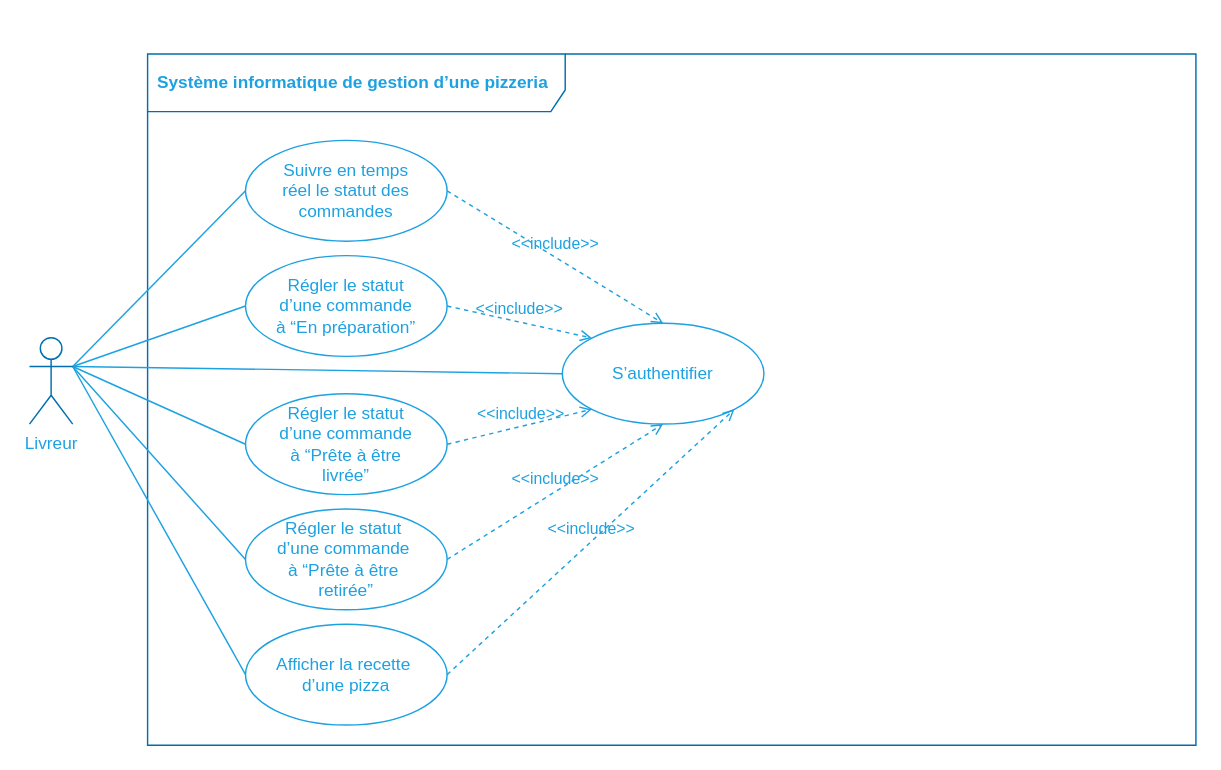
Above: img/figure_use-case-diagram-pizza-maker.dio in centvingt/OCPizzaRedaction (draw.io), before the change. Source tidied: cells renumbered, new cells numbered last; positions are measured from the earlier drawing's top-left corner, leaving out a move shared by most shapes. Both pictures are drawn from the tidied source at 144%, with x=0, y=0 at pixel (29, 53).
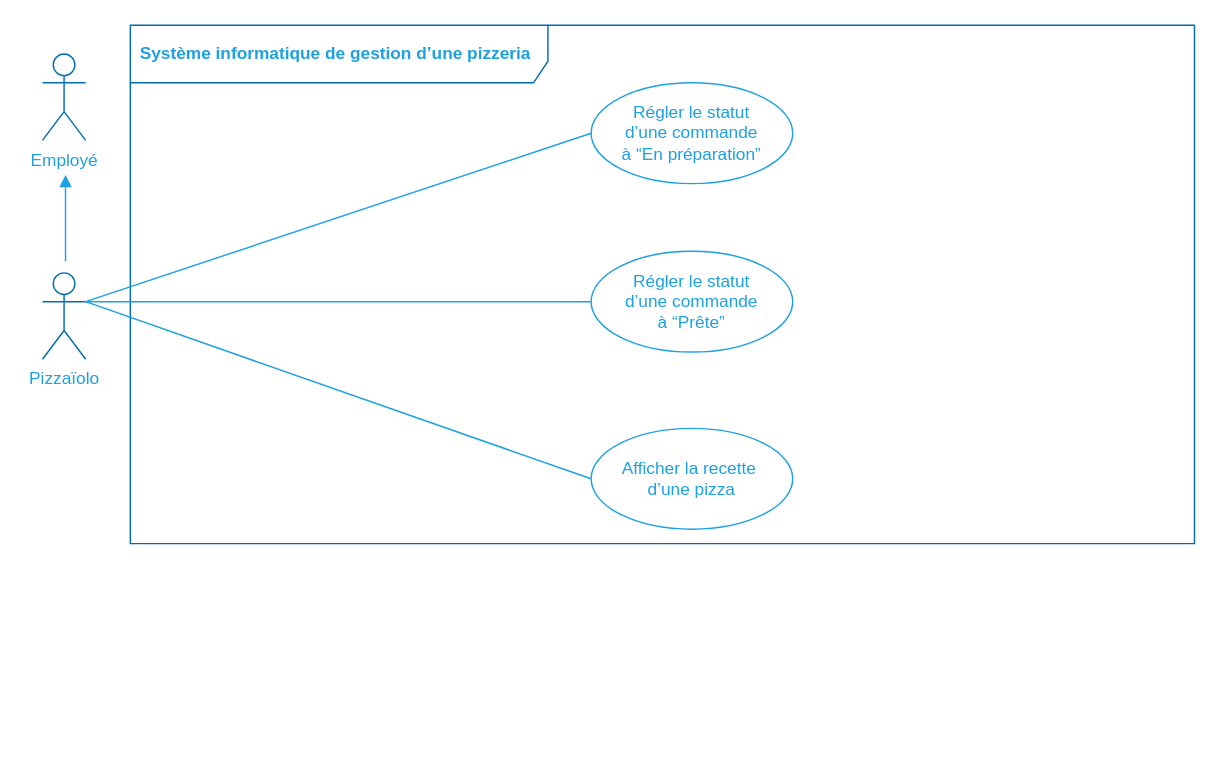
After the change.

Diff of the diagram source:
```diff
@@
-    <mxCell id="1" parent="0" />
-    <mxCell id="2" value="&lt;font color=&quot;#1da1e1&quot;&gt;Système informatique de gestion d’une pizzeria&lt;/font&gt;" style="shape=umlFrame;whiteSpace=wrap;html=1;width=290;height=40;boundedLbl=1;verticalAlign=middle;align=left;spacingLeft=5;strokeColor=#006EAF;fontColor=#ffffff;fillColor=none;fontStyle=1;" parent="1" vertex="1">
-      <mxGeometry x="82" width="728" height="480" as="geometry" />
-    </mxCell>
-    <mxCell id="3" style="rounded=0;jettySize=auto;html=1;exitX=0;exitY=0.5;exitDx=0;exitDy=0;entryX=1;entryY=0.3333333333333333;entryDx=0;entryDy=0;entryPerimeter=0;endArrow=none;endFill=0;strokeColor=#1DA1E1;" parent="1" edge="1" source="4" target="21">
-      <mxGeometry relative="1" as="geometry" />
-    </mxCell>
-    <mxCell id="4" value="&lt;font color=&quot;#1da1e1&quot;&gt;S’authentifier&lt;/font&gt;" style="ellipse;whiteSpace=wrap;html=1;fillColor=none;strokeColor=#1DA1E1;" parent="1" vertex="1">
-      <mxGeometry x="370" y="187" width="140" height="70" as="geometry" />
-    </mxCell>
-    <mxCell id="5" style="edgeStyle=none;rounded=0;jettySize=auto;html=1;exitX=0;exitY=0.5;exitDx=0;exitDy=0;entryX=1;entryY=0.3333333333333333;entryDx=0;entryDy=0;entryPerimeter=0;endArrow=none;endFill=0;strokeColor=#1DA1E1;" parent="1" edge="1" source="6" target="21">
-      <mxGeometry relative="1" as="geometry" />
-    </mxCell>
-    <mxCell id="6" value="&lt;font color=&quot;#1da1e1&quot;&gt;Suivre en temps &lt;br&gt;réel le statut des commandes&lt;/font&gt;" style="ellipse;whiteSpace=wrap;html=1;fillColor=none;strokeColor=#1DA1E1;" parent="1" vertex="1">
-      <mxGeometry x="150" y="60" width="140" height="70" as="geometry" />
-    </mxCell>
+    <mxCell id="20" parent="0" />
+    <mxCell id="21" value="&lt;font color=&quot;#1da1e1&quot;&gt;Pizzaïolo&lt;br&gt;&lt;/font&gt;" style="shape=umlActor;verticalLabelPosition=bottom;verticalAlign=top;html=1;strokeColor=#006EAF;fontColor=#ffffff;fillColor=none;" parent="20" vertex="1">
+      <mxGeometry x="9" y="152" width="30" height="60" as="geometry" />
+    </mxCell>
+    <mxCell id="19" value="&lt;font color=&quot;#1da1e1&quot;&gt;Système informatique de gestion d’une pizzeria&lt;/font&gt;" style="shape=umlFrame;whiteSpace=wrap;html=1;width=290;height=40;boundedLbl=1;verticalAlign=middle;align=left;spacingLeft=5;strokeColor=#006EAF;fontColor=#ffffff;fillColor=none;fontStyle=1;" parent="20" vertex="1">
+      <mxGeometry x="70" y="-20" width="739" height="360" as="geometry" />
+    </mxCell>
-    <mxCell id="7" style="edgeStyle=none;rounded=0;jettySize=auto;html=1;exitX=0;exitY=0.5;exitDx=0;exitDy=0;entryX=1;entryY=0.3333333333333333;entryDx=0;entryDy=0;entryPerimeter=0;endArrow=none;endFill=0;strokeColor=#1DA1E1;" parent="1" edge="1" source="8" target="21">
+    <mxCell id="7" style="edgeStyle=none;rounded=0;jettySize=auto;html=1;exitX=0;exitY=0.5;exitDx=0;exitDy=0;endArrow=none;endFill=0;strokeColor=#1DA1E1;entryX=1;entryY=0.3333333333333333;entryDx=0;entryDy=0;entryPerimeter=0;" parent="20" edge="1" source="8" target="21">
       <mxGeometry relative="1" as="geometry" />
     </mxCell>
-    <mxCell id="8" value="&lt;font color=&quot;#1da1e1&quot;&gt;Régler le statut &lt;br&gt;d’une commande &lt;br&gt;à “En préparation”&lt;/font&gt;" style="ellipse;whiteSpace=wrap;html=1;fillColor=none;strokeColor=#1DA1E1;" parent="1" vertex="1">
-      <mxGeometry x="150" y="140" width="140" height="70" as="geometry" />
+    <mxCell id="8" value="&lt;font color=&quot;#1da1e1&quot;&gt;Régler le statut &lt;br&gt;d’une commande &lt;br&gt;à “En préparation”&lt;/font&gt;" style="ellipse;whiteSpace=wrap;html=1;fillColor=none;strokeColor=#1DA1E1;" parent="20" vertex="1">
+      <mxGeometry x="390" y="20" width="140" height="70" as="geometry" />
     </mxCell>
-    <mxCell id="9" style="edgeStyle=none;rounded=0;jettySize=auto;html=1;exitX=0;exitY=0.5;exitDx=0;exitDy=0;entryX=1;entryY=0.3333333333333333;entryDx=0;entryDy=0;entryPerimeter=0;endArrow=none;endFill=0;strokeColor=#1DA1E1;" parent="1" edge="1" source="10" target="21">
-      <mxGeometry relative="1" as="geometry" />
-    </mxCell>
-    <mxCell id="10" value="&lt;font color=&quot;#1da1e1&quot;&gt;Régler le statut &lt;br&gt;d’une commande &lt;br&gt;à “Prête à être &lt;br&gt;livrée”&lt;/font&gt;" style="ellipse;whiteSpace=wrap;html=1;fillColor=none;strokeColor=#1DA1E1;" parent="1" vertex="1">
-      <mxGeometry x="150" y="236" width="140" height="70" as="geometry" />
-    </mxCell>
-    <mxCell id="11" style="edgeStyle=none;rounded=0;jettySize=auto;html=1;exitX=0;exitY=0.5;exitDx=0;exitDy=0;entryX=1;entryY=0.3333333333333333;entryDx=0;entryDy=0;entryPerimeter=0;endArrow=none;endFill=0;strokeColor=#1DA1E1;" parent="1" edge="1" source="12" target="21">
-      <mxGeometry relative="1" as="geometry" />
-    </mxCell>
-    <mxCell id="12" value="&lt;span style=&quot;color: rgb(29 , 161 , 225)&quot;&gt;Régler le statut&amp;nbsp;&lt;/span&gt;&lt;br style=&quot;color: rgb(29 , 161 , 225)&quot;&gt;&lt;span style=&quot;color: rgb(29 , 161 , 225)&quot;&gt;d’une commande&amp;nbsp;&lt;/span&gt;&lt;br style=&quot;color: rgb(29 , 161 , 225)&quot;&gt;&lt;span style=&quot;color: rgb(29 , 161 , 225)&quot;&gt;à “Prête à être&amp;nbsp;&lt;/span&gt;&lt;br style=&quot;color: rgb(29 , 161 , 225)&quot;&gt;&lt;span style=&quot;color: rgb(29 , 161 , 225)&quot;&gt;retirée”&lt;/span&gt;" style="ellipse;whiteSpace=wrap;html=1;fillColor=none;strokeColor=#1DA1E1;" parent="1" vertex="1">
-      <mxGeometry x="150" y="316" width="140" height="70" as="geometry" />
-    </mxCell>
-    <mxCell id="13" value="&lt;font color=&quot;#1da1e1&quot;&gt;&amp;lt;&amp;lt;include&amp;gt;&amp;gt;&lt;/font&gt;" style="html=1;verticalAlign=bottom;labelBackgroundColor=none;endArrow=open;endFill=0;dashed=1;strokeColor=#1DA1E1;exitX=1;exitY=0.5;exitDx=0;exitDy=0;entryX=0.5;entryY=0;entryDx=0;entryDy=0;" parent="1" edge="1" source="6" target="4">
-      <mxGeometry relative="1" as="geometry" />
-    </mxCell>
-    <mxCell id="14" value="&lt;font color=&quot;#1da1e1&quot;&gt;&amp;lt;&amp;lt;include&amp;gt;&amp;gt;&lt;/font&gt;" style="html=1;verticalAlign=bottom;labelBackgroundColor=none;endArrow=open;endFill=0;dashed=1;strokeColor=#1DA1E1;exitX=1;exitY=0.5;exitDx=0;exitDy=0;entryX=0;entryY=0;entryDx=0;entryDy=0;" parent="1" edge="1" source="8" target="4">
-      <mxGeometry relative="1" as="geometry" />
-    </mxCell>
-    <mxCell id="15" value="&lt;font color=&quot;#1da1e1&quot;&gt;&amp;lt;&amp;lt;include&amp;gt;&amp;gt;&lt;/font&gt;" style="html=1;verticalAlign=bottom;labelBackgroundColor=none;endArrow=open;endFill=0;dashed=1;strokeColor=#1DA1E1;exitX=1;exitY=0.5;exitDx=0;exitDy=0;entryX=0;entryY=1;entryDx=0;entryDy=0;" parent="1" edge="1" source="10" target="4">
-      <mxGeometry relative="1" as="geometry" />
-    </mxCell>
-    <mxCell id="16" value="&lt;font color=&quot;#1da1e1&quot;&gt;&amp;lt;&amp;lt;include&amp;gt;&amp;gt;&lt;/font&gt;" style="html=1;verticalAlign=bottom;labelBackgroundColor=none;endArrow=open;endFill=0;dashed=1;strokeColor=#1DA1E1;exitX=1;exitY=0.5;exitDx=0;exitDy=0;entryX=0.5;entryY=1;entryDx=0;entryDy=0;" parent="1" edge="1" source="12" target="4">
-      <mxGeometry relative="1" as="geometry" />
-    </mxCell>
+    <mxCell id="22" style="edgeStyle=none;rounded=0;jettySize=auto;html=1;exitX=0;exitY=0.5;exitDx=0;exitDy=0;entryX=1;entryY=0.3333333333333333;entryDx=0;entryDy=0;entryPerimeter=0;endArrow=none;endFill=0;strokeColor=#1DA1E1;" parent="20" edge="1" source="23" target="21">
+      <mxGeometry relative="1" as="geometry" />
+    </mxCell>
+    <mxCell id="23" value="&lt;font color=&quot;#1da1e1&quot;&gt;Régler le statut &lt;br&gt;d’une commande &lt;br&gt;à “Prête”&lt;/font&gt;" style="ellipse;whiteSpace=wrap;html=1;fillColor=none;strokeColor=#1DA1E1;" parent="20" vertex="1">
+      <mxGeometry x="390" y="137" width="140" height="70" as="geometry" />
+    </mxCell>
-    <mxCell id="17" style="rounded=0;jettySize=auto;html=1;exitX=0;exitY=0.5;exitDx=0;exitDy=0;entryX=1;entryY=0.3333333333333333;entryDx=0;entryDy=0;entryPerimeter=0;strokeColor=#1DA1E1;endArrow=none;endFill=0;" parent="1" edge="1" source="18" target="21">
+    <mxCell id="17" style="rounded=0;jettySize=auto;html=1;exitX=0;exitY=0.5;exitDx=0;exitDy=0;strokeColor=#1DA1E1;endArrow=none;endFill=0;entryX=1;entryY=0.3333333333333333;entryDx=0;entryDy=0;entryPerimeter=0;" parent="20" edge="1" source="18" target="21">
       <mxGeometry relative="1" as="geometry" />
     </mxCell>
-    <mxCell id="18" value="&lt;span style=&quot;color: rgb(29 , 161 , 225)&quot;&gt;Afficher la recette&amp;nbsp;&lt;/span&gt;&lt;br style=&quot;color: rgb(29 , 161 , 225)&quot;&gt;&lt;span style=&quot;color: rgb(29 , 161 , 225)&quot;&gt;d’une pizza&lt;/span&gt;" style="ellipse;whiteSpace=wrap;html=1;fillColor=none;strokeColor=#1DA1E1;" parent="1" vertex="1">
-      <mxGeometry x="150" y="396" width="140" height="70" as="geometry" />
+    <mxCell id="18" value="&lt;span style=&quot;color: rgb(29 , 161 , 225)&quot;&gt;Afficher la recette&amp;nbsp;&lt;/span&gt;&lt;br style=&quot;color: rgb(29 , 161 , 225)&quot;&gt;&lt;span style=&quot;color: rgb(29 , 161 , 225)&quot;&gt;d’une pizza&lt;/span&gt;" style="ellipse;whiteSpace=wrap;html=1;fillColor=none;strokeColor=#1DA1E1;" parent="20" vertex="1">
+      <mxGeometry x="390" y="260" width="140" height="70" as="geometry" />
     </mxCell>
-    <mxCell id="19" value="&lt;font color=&quot;#1da1e1&quot;&gt;&amp;lt;&amp;lt;include&amp;gt;&amp;gt;&lt;/font&gt;" style="html=1;verticalAlign=bottom;labelBackgroundColor=none;endArrow=open;endFill=0;dashed=1;strokeColor=#1DA1E1;exitX=1;exitY=0.5;exitDx=0;exitDy=0;entryX=1;entryY=1;entryDx=0;entryDy=0;" parent="1" edge="1" source="18" target="4">
-      <mxGeometry relative="1" as="geometry" />
-    </mxCell>
-    <mxCell id="20" parent="0" />
-    <mxCell id="21" value="&lt;font color=&quot;#1da1e1&quot;&gt;Livreur&lt;br&gt;&lt;/font&gt;" style="shape=umlActor;verticalLabelPosition=bottom;verticalAlign=top;html=1;strokeColor=#006EAF;fontColor=#ffffff;fillColor=none;" parent="20" vertex="1">
-      <mxGeometry y="197" width="30" height="60" as="geometry" />
-    </mxCell>
+    <mxCell id="24" value="&lt;font color=&quot;#1da1e1&quot;&gt;Employé&lt;br&gt;&lt;/font&gt;" style="shape=umlActor;verticalLabelPosition=bottom;verticalAlign=top;html=1;strokeColor=#006EAF;fontColor=#ffffff;fillColor=none;" parent="20" vertex="1">
+      <mxGeometry x="9" width="30" height="60" as="geometry" />
+    </mxCell>
+    <mxCell id="25" style="edgeStyle=none;rounded=0;orthogonalLoop=1;jettySize=auto;html=1;endArrow=none;endFill=0;strokeColor=#1DA1E1;startArrow=block;startFill=1;" parent="20" edge="1">
+      <mxGeometry relative="1" as="geometry">
+        <mxPoint x="25" y="84" as="sourcePoint" />
+        <mxPoint x="25" y="144" as="targetPoint" />
+      </mxGeometry>
+    </mxCell>
```
